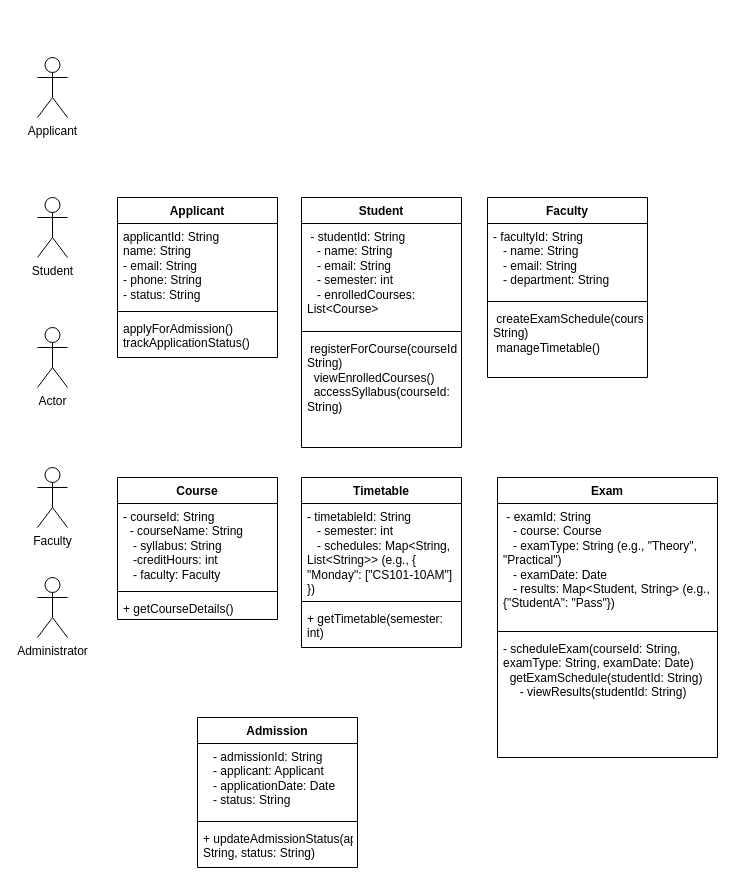
The draw.io diagram Untitled Diagram.drawio in AdityaJyoti2002/Tic-Tac-Toe, before the edit. Source tidied: cells renumbered, new cells numbered last; positions are measured from the earlier drawing's top-left corner, leaving out a move shared by most shapes. Both pictures are drawn from the tidied source at 100%, with x=0, y=0 at pixel (37, 57).
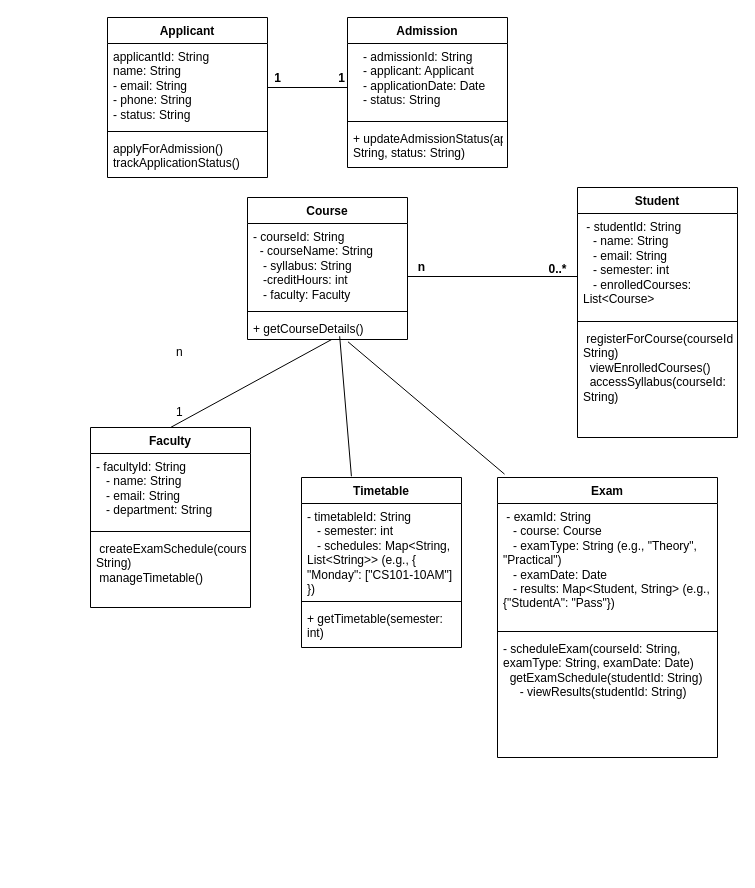
The same page after the edit.

Unchanged cells that the change refers to:
```xml
<mxCell id="22" value="+&amp;nbsp;getCourseDetails()" style="text;strokeColor=none;fillColor=none;align=left;verticalAlign=top;spacingLeft=4;spacingRight=4;overflow=hidden;points=[[0,0.5],[1,0.5]];portConstraint=eastwest;whiteSpace=wrap;html=1;" parent="19" vertex="1">
  <mxGeometry y="118" width="160" height="24" as="geometry" />
</mxCell>
<mxCell id="23" value="Timetable" style="swimlane;fontStyle=1;align=center;verticalAlign=top;horizontal=1;startSize=26;whiteSpace=wrap;html=1;" parent="1" vertex="1">
  <mxGeometry x="264" y="420" width="160" height="170" as="geometry" />
</mxCell>
<mxCell id="27" value="Exam" style="swimlane;fontStyle=1;align=center;verticalAlign=top;horizontal=1;startSize=26;whiteSpace=wrap;html=1;" parent="1" vertex="1">
  <mxGeometry x="460" y="420" width="220" height="280" as="geometry" />
</mxCell>
```

What changed in the source:
```diff
@@
-    <mxCell id="2" value="Administrator" style="shape=umlActor;verticalLabelPosition=bottom;verticalAlign=top;html=1;" parent="1" vertex="1">
-      <mxGeometry y="520" width="30" height="60" as="geometry" />
-    </mxCell>
-    <mxCell id="3" value="Faculty" style="shape=umlActor;verticalLabelPosition=bottom;verticalAlign=top;html=1;" parent="1" vertex="1">
-      <mxGeometry y="410" width="30" height="60" as="geometry" />
-    </mxCell>
-    <mxCell id="4" value="Actor" style="shape=umlActor;verticalLabelPosition=bottom;verticalAlign=top;html=1;" parent="1" vertex="1">
-      <mxGeometry y="270" width="30" height="60" as="geometry" />
-    </mxCell>
-    <mxCell id="5" value="Student&lt;div&gt;&lt;br&gt;&lt;/div&gt;" style="shape=umlActor;verticalLabelPosition=bottom;verticalAlign=top;html=1;" parent="1" vertex="1">
-      <mxGeometry y="140" width="30" height="60" as="geometry" />
-    </mxCell>
-    <mxCell id="6" value="Applicant" style="shape=umlActor;verticalLabelPosition=bottom;verticalAlign=top;html=1;" parent="1" vertex="1">
-      <mxGeometry width="30" height="60" as="geometry" />
-    </mxCell>
     <mxCell id="7" value="Applicant" style="swimlane;fontStyle=1;align=center;verticalAlign=top;horizontal=1;startSize=26;whiteSpace=wrap;html=1;" parent="1" vertex="1">
-      <mxGeometry x="80" y="140" width="160" height="160" as="geometry" />
+      <mxGeometry x="70" y="-40" width="160" height="160" as="geometry" />
     </mxCell>
@@
     <mxCell id="11" value="Student" style="swimlane;fontStyle=1;align=center;verticalAlign=top;horizontal=1;startSize=26;whiteSpace=wrap;html=1;" parent="1" vertex="1">
-      <mxGeometry x="264" y="140" width="160" height="250" as="geometry" />
+      <mxGeometry x="540" y="130" width="160" height="250" as="geometry" />
     </mxCell>
@@
     <mxCell id="15" value="Faculty" style="swimlane;fontStyle=1;align=center;verticalAlign=top;horizontal=1;startSize=26;whiteSpace=wrap;html=1;" parent="1" vertex="1">
-      <mxGeometry x="450" y="140" width="160" height="180" as="geometry" />
+      <mxGeometry x="53" y="370" width="160" height="180" as="geometry" />
     </mxCell>
@@
     <mxCell id="19" value="Course" style="swimlane;fontStyle=1;align=center;verticalAlign=top;horizontal=1;startSize=26;whiteSpace=wrap;html=1;" parent="1" vertex="1">
-      <mxGeometry x="80" y="420" width="160" height="142" as="geometry" />
+      <mxGeometry x="210" y="140" width="160" height="142" as="geometry" />
     </mxCell>
@@
     <mxCell id="31" value="Admission" style="swimlane;fontStyle=1;align=center;verticalAlign=top;horizontal=1;startSize=26;whiteSpace=wrap;html=1;" parent="1" vertex="1">
-      <mxGeometry x="160" y="660" width="160" height="150" as="geometry" />
+      <mxGeometry x="310" y="-40" width="160" height="150" as="geometry" />
     </mxCell>
@@
+    <mxCell id="35" style="line;strokeWidth=1;fillColor=none;align=left;verticalAlign=middle;spacingTop=-1;spacingLeft=3;spacingRight=3;labelPosition=right;strokeColor=inherit;" parent="1" vertex="1">
+      <mxGeometry x="230" y="26" width="80" height="8" as="geometry" />
+    </mxCell>
+    <mxCell id="36" value="1" style="text;align=center;fontStyle=1;verticalAlign=middle;spacingLeft=3;spacingRight=3;strokeColor=none;html=1;" parent="1" vertex="1">
+      <mxGeometry x="200" y="8" width="80" height="26" as="geometry" />
+    </mxCell>
+    <mxCell id="37" value="1" style="text;align=center;fontStyle=1;verticalAlign=middle;spacingLeft=3;spacingRight=3;strokeColor=none;html=1;" parent="1" vertex="1">
+      <mxGeometry x="264" y="8" width="80" height="26" as="geometry" />
+    </mxCell>
+    <mxCell id="38" value="0..*" style="text;align=center;fontStyle=1;verticalAlign=middle;spacingLeft=3;spacingRight=3;strokeColor=none;html=1;" parent="1" vertex="1">
+      <mxGeometry x="480" y="199" width="80" height="26" as="geometry" />
+    </mxCell>
+    <mxCell id="39" style="line;strokeWidth=1;fillColor=none;align=left;verticalAlign=middle;spacingTop=-1;spacingLeft=3;spacingRight=3;labelPosition=right;strokeColor=inherit;" parent="1" vertex="1">
+      <mxGeometry x="370" y="215" width="170" height="8" as="geometry" />
+    </mxCell>
+    <mxCell id="40" value="n" style="text;align=center;fontStyle=1;verticalAlign=middle;spacingLeft=3;spacingRight=3;strokeColor=none;html=1;" parent="1" vertex="1">
+      <mxGeometry x="344" y="197" width="80" height="26" as="geometry" />
+    </mxCell>
+    <mxCell id="41" style="endArrow=none;html=1;rounded=0;exitX=0.5;exitY=0;exitDx=0;exitDy=0;entryX=0.528;entryY=0.993;entryDx=0;entryDy=0;entryPerimeter=0;" parent="1" edge="1" source="15" target="22">
+      <mxGeometry relative="1" as="geometry" />
+    </mxCell>
+    <mxCell id="42" value="1" style="text;strokeColor=none;fillColor=none;align=left;verticalAlign=middle;spacingLeft=4;spacingRight=4;overflow=hidden;whiteSpace=wrap;html=1;" parent="1" vertex="1">
+      <mxGeometry x="133" y="340" width="80" height="30" as="geometry" />
+    </mxCell>
+    <mxCell id="43" value="n" style="text;strokeColor=none;fillColor=none;align=left;verticalAlign=middle;spacingLeft=4;spacingRight=4;overflow=hidden;whiteSpace=wrap;html=1;" parent="1" vertex="1">
+      <mxGeometry x="133" y="280" width="80" height="30" as="geometry" />
+    </mxCell>
+    <mxCell id="44" style="endArrow=none;html=1;rounded=0;entryX=0.576;entryY=0.865;entryDx=0;entryDy=0;entryPerimeter=0;exitX=0.312;exitY=-0.007;exitDx=0;exitDy=0;exitPerimeter=0;" parent="1" edge="1" source="23" target="22">
+      <mxGeometry relative="1" as="geometry" />
+    </mxCell>
+    <mxCell id="45" style="endArrow=none;html=1;rounded=0;entryX=0.628;entryY=1.095;entryDx=0;entryDy=0;entryPerimeter=0;exitX=0.032;exitY=-0.012;exitDx=0;exitDy=0;exitPerimeter=0;" parent="1" edge="1" source="27" target="22">
+      <mxGeometry relative="1" as="geometry" />
+    </mxCell>
```
